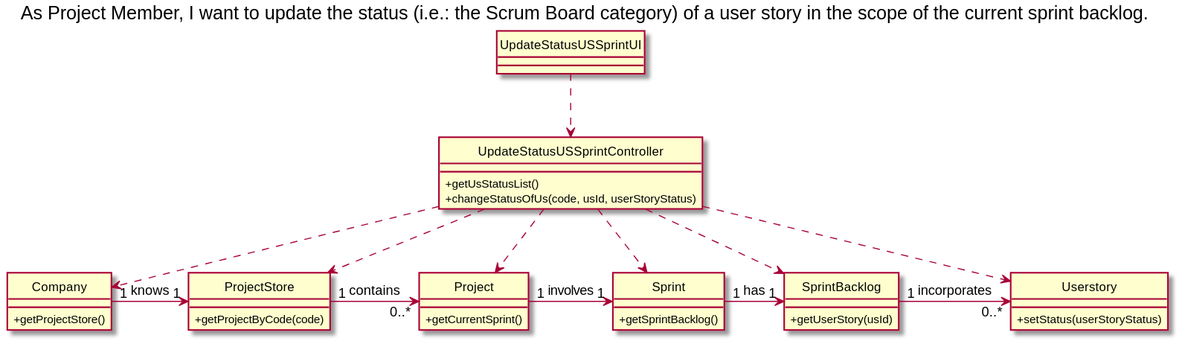
This is docs/Sprint3/US034/US034-CD.svg from nunogon1211787/projectManagement, a PlantUML export, as it was before one commit.
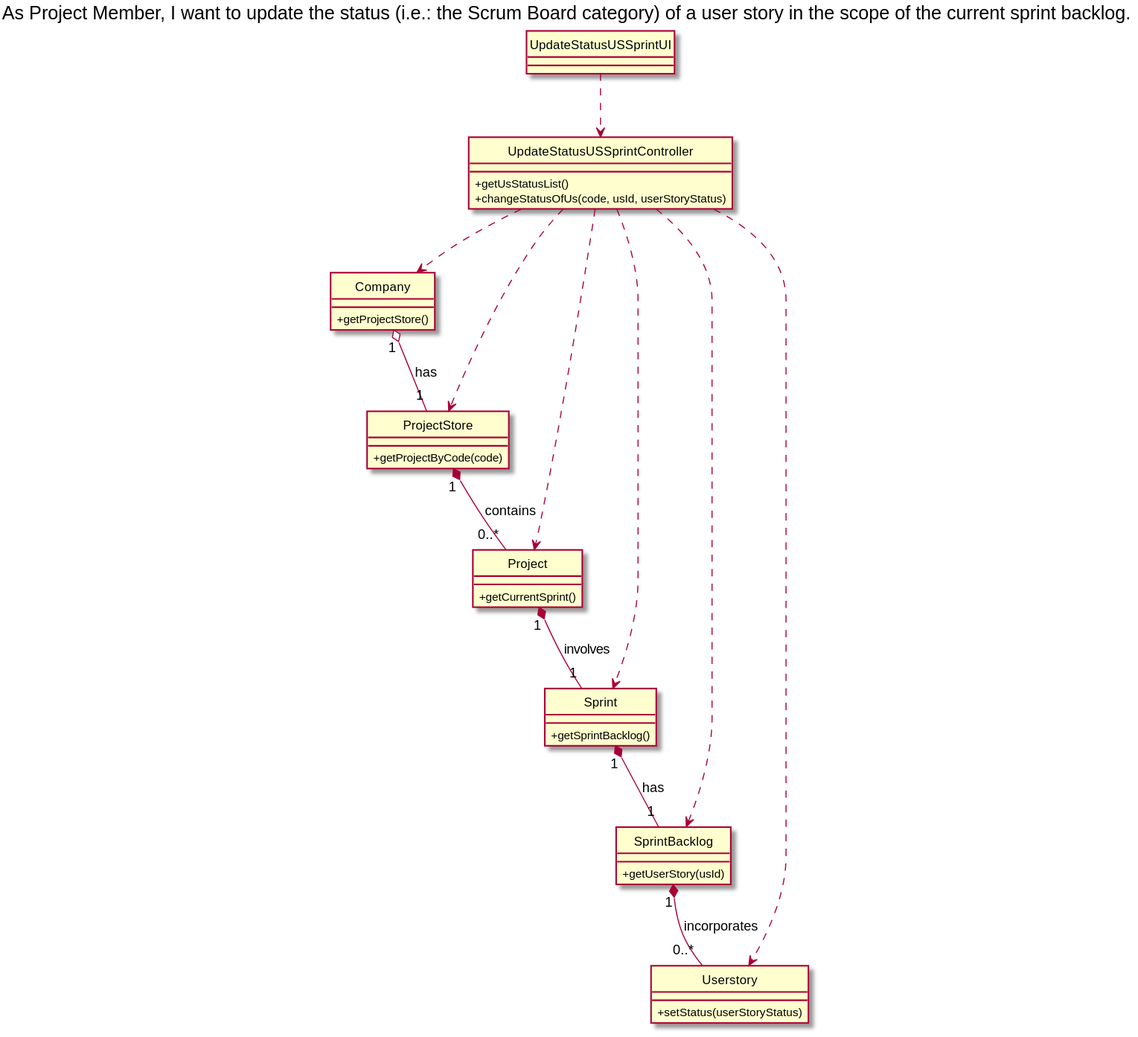
The same diagram one commit later.

Commit message:
update a few tests in userstory

What changed in the source:
```diff
@@ -53,15 +53,20 @@
 
 UpdateStatusUSSprintController ..> Userstory
 
-Company "1" -> "1" ProjectStore: knows
 
-ProjectStore "1" -> "0..*" Project: contains
 
-Project "1" -> "1" Sprint: involves
+Company "1" o-- "1" ProjectStore: has
 
-Sprint "1" -> "1" SprintBacklog: has
+ProjectStore "1" *-- "0..*" Project: contains
 
-SprintBacklog "1" -> "0..*" Userstory: incorporates
+Project "1" *-- "1" Sprint: involves
+
+Sprint "1" *-- "1" SprintBacklog: has
+
+SprintBacklog "1" *-- "0..*" Userstory: incorporates
+
+
+
 
 
 @enduml
```
